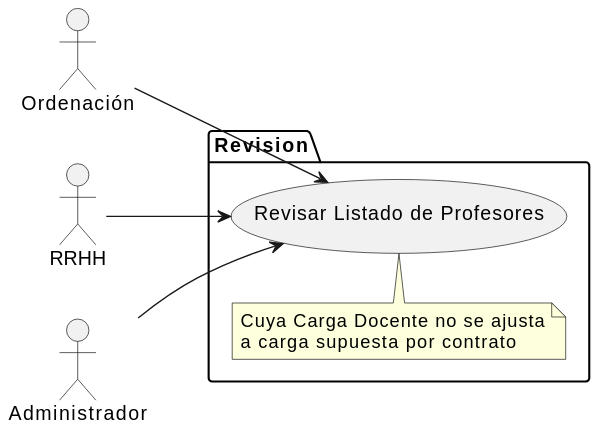
Before: images/modelosUML/CdU/Individuales/RevisarListadoProfesores.svg, a diagram exported from PlantUML (mmasias/24-25-IdSw1-SDR). Its diagram source:
```plantuml
@startuml
left to right direction

actor "Ordenación" as ord
actor "RRHH" as rrhh
actor "Administrador" as admin

package "Revision" as revisionPackage {
    usecase "Revisar Listado de Profesores" as revisarCarga
    note top of revisarCarga
        Cuya Carga Docente no se ajusta
        a carga supuesta por contrato
    end note
}

ord --> revisarCarga
rrhh --> revisarCarga
admin --> revisarCarga
@enduml
```
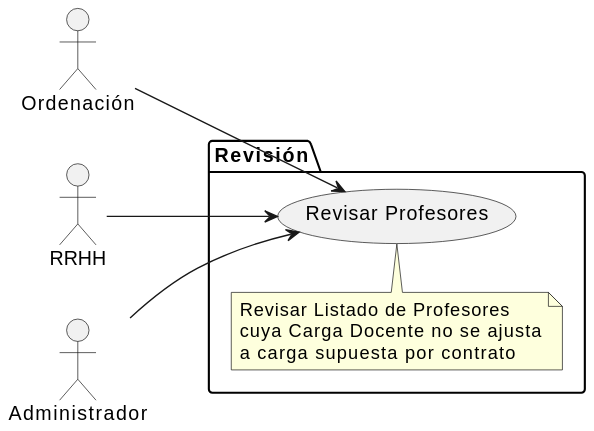
The same file after the commit.

Change to the diagram source:
```diff
@@ -5,10 +5,11 @@
 actor "RRHH" as rrhh
 actor "Administrador" as admin
 
-package "Revision" as revisionPackage {
-    usecase "Revisar Listado de Profesores" as revisarCarga
+package "Revisión" as revisionPackage {
+    usecase "Revisar Profesores" as revisarCarga
     note top of revisarCarga
-        Cuya Carga Docente no se ajusta
+        Revisar Listado de Profesores
+        cuya Carga Docente no se ajusta
         a carga supuesta por contrato
     end note
 }
```
